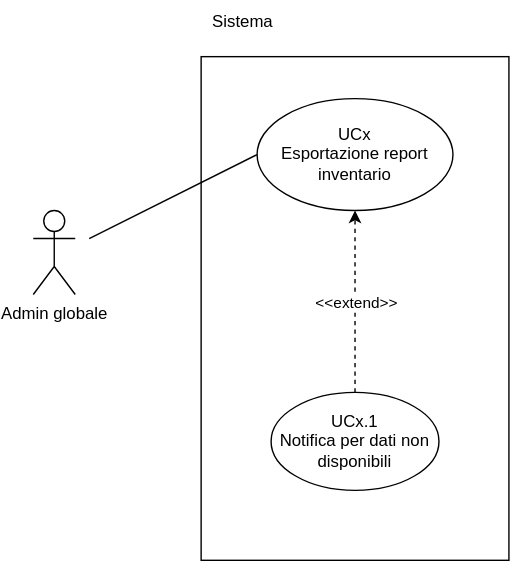
Above: assets/diagrams/UC42.svg in alimitedgroup/alimitedgroup.github.io (draw.io), before the change. Source tidied: cells renumbered, new cells last; positions are measured from the earlier drawing's top-left corner, leaving out a move shared by most shapes.
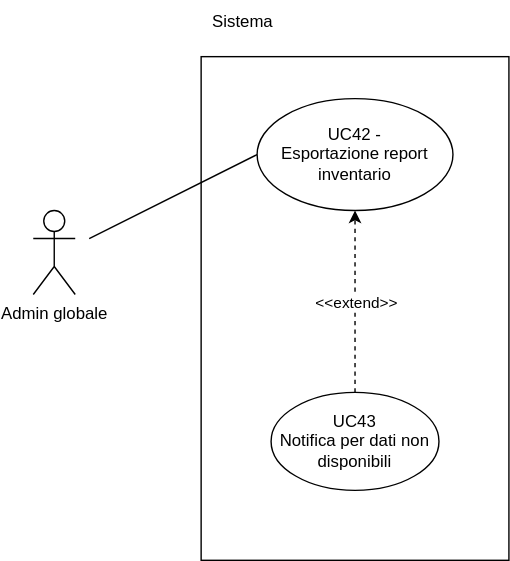
Later version of the same file.

Change to the diagram source:
```diff
@@ -11,7 +11,7 @@
     <mxCell id="4" value="Sistema" style="text;html=1;align=center;verticalAlign=middle;whiteSpace=wrap;rounded=0;" parent="1" vertex="1">
       <mxGeometry x="120" width="60" height="30" as="geometry" />
     </mxCell>
-    <mxCell id="5" value="UCx&lt;div&gt;Esportazione report inventario&lt;/div&gt;" style="ellipse;whiteSpace=wrap;html=1;" parent="1" vertex="1">
+    <mxCell id="5" value="UC42 -&lt;div&gt;Esportazione report inventario&lt;/div&gt;" style="ellipse;whiteSpace=wrap;html=1;" parent="1" vertex="1">
       <mxGeometry x="160" y="70" width="140" height="80" as="geometry" />
     </mxCell>
     <mxCell id="6" style="endArrow=classic;html=1;rounded=0;dashed=1;entryX=0.5;entryY=1;entryDx=0;entryDy=0;" parent="1" edge="1" source="8" target="5">
@@ -20,7 +20,7 @@
     <mxCell id="7" value="&amp;lt;&amp;lt;extend&amp;gt;&amp;gt;" style="edgeLabel;html=1;align=center;verticalAlign=middle;" parent="6" vertex="1">
       <mxGeometry relative="1" as="geometry" />
     </mxCell>
-    <mxCell id="8" value="UCx.1&lt;div&gt;Notifica per dati non disponibili&lt;/div&gt;" style="ellipse;whiteSpace=wrap;html=1;" parent="1" vertex="1">
+    <mxCell id="8" value="UC43&lt;div&gt;Notifica per dati non disponibili&lt;/div&gt;" style="ellipse;whiteSpace=wrap;html=1;" parent="1" vertex="1">
       <mxGeometry x="170" y="280" width="120" height="70" as="geometry" />
     </mxCell>
     <mxCell id="9" style="endArrow=none;html=1;rounded=0;entryX=0;entryY=0.5;entryDx=0;entryDy=0;" parent="1" edge="1" target="5">
```
